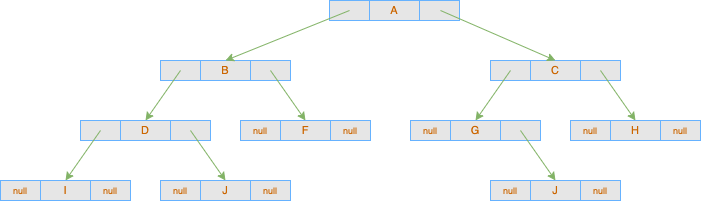
dianeyeo/mth251 keeps this draw.io diagram as images/lab/tree-list.png. Above is the earlier version. Source tidied: cells renumbered, new cells last; positions are measured from the earlier drawing's top-left corner, leaving out a move shared by most shapes.
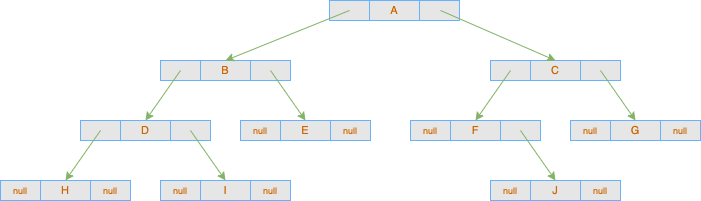
After the change.

The edit, as a diff of the source:
```diff
@@ -41,7 +41,7 @@
     <mxCell id="14" value="&lt;span style=&quot;color: rgb(204 , 102 , 0) ; background-color: rgb(230 , 230 , 230)&quot;&gt;&lt;font style=&quot;font-size: 9px&quot;&gt;null&lt;/font&gt;&lt;/span&gt;" style="rounded=0;whiteSpace=wrap;html=1;labelBackgroundColor=#FFFFFF;fontSize=11;fontColor=#1A1A1A;strokeColor=#66B2FF;strokeWidth=1;fillColor=#E6E6E6;" parent="1" vertex="1">
       <mxGeometry x="570" y="120" width="40" height="20" as="geometry" />
     </mxCell>
-    <mxCell id="15" value="&lt;span style=&quot;background-color: rgb(230 , 230 , 230)&quot;&gt;&lt;font color=&quot;#cc6600&quot;&gt;H&lt;/font&gt;&lt;/span&gt;" style="rounded=0;whiteSpace=wrap;html=1;labelBackgroundColor=#FFFFFF;fontSize=11;fontColor=#1A1A1A;strokeColor=#66B2FF;strokeWidth=1;fillColor=#E6E6E6;" parent="1" vertex="1">
+    <mxCell id="15" value="&lt;span style=&quot;background-color: rgb(230 , 230 , 230)&quot;&gt;&lt;font color=&quot;#cc6600&quot;&gt;G&lt;/font&gt;&lt;/span&gt;" style="rounded=0;whiteSpace=wrap;html=1;labelBackgroundColor=#FFFFFF;fontSize=11;fontColor=#1A1A1A;strokeColor=#66B2FF;strokeWidth=1;fillColor=#E6E6E6;" parent="1" vertex="1">
       <mxGeometry x="610" y="120" width="50" height="20" as="geometry" />
     </mxCell>
     <mxCell id="16" value="&lt;span style=&quot;color: rgb(204 , 102 , 0) ; background-color: rgb(230 , 230 , 230)&quot;&gt;&lt;font style=&quot;font-size: 9px&quot;&gt;null&lt;/font&gt;&lt;/span&gt;" style="rounded=0;whiteSpace=wrap;html=1;labelBackgroundColor=#FFFFFF;fontSize=11;fontColor=#1A1A1A;strokeColor=#66B2FF;strokeWidth=1;fillColor=#E6E6E6;" parent="1" vertex="1">
@@ -50,7 +50,7 @@
     <mxCell id="17" value="&lt;span style=&quot;color: rgb(204 , 102 , 0) ; background-color: rgb(230 , 230 , 230)&quot;&gt;&lt;font style=&quot;font-size: 9px&quot;&gt;null&lt;/font&gt;&lt;/span&gt;" style="rounded=0;whiteSpace=wrap;html=1;labelBackgroundColor=#FFFFFF;fontSize=11;fontColor=#1A1A1A;strokeColor=#66B2FF;strokeWidth=1;fillColor=#E6E6E6;" parent="1" vertex="1">
       <mxGeometry x="240" y="120" width="40" height="20" as="geometry" />
     </mxCell>
-    <mxCell id="18" value="&lt;span style=&quot;background-color: rgb(230 , 230 , 230)&quot;&gt;&lt;font color=&quot;#cc6600&quot;&gt;F&lt;/font&gt;&lt;/span&gt;" style="rounded=0;whiteSpace=wrap;html=1;labelBackgroundColor=#FFFFFF;fontSize=11;fontColor=#1A1A1A;strokeColor=#66B2FF;strokeWidth=1;fillColor=#E6E6E6;" parent="1" vertex="1">
+    <mxCell id="18" value="&lt;span style=&quot;background-color: rgb(230 , 230 , 230)&quot;&gt;&lt;font color=&quot;#cc6600&quot;&gt;E&lt;/font&gt;&lt;/span&gt;" style="rounded=0;whiteSpace=wrap;html=1;labelBackgroundColor=#FFFFFF;fontSize=11;fontColor=#1A1A1A;strokeColor=#66B2FF;strokeWidth=1;fillColor=#E6E6E6;" parent="1" vertex="1">
       <mxGeometry x="280" y="120" width="50" height="20" as="geometry" />
     </mxCell>
     <mxCell id="19" value="&lt;span style=&quot;color: rgb(204 , 102 , 0) ; background-color: rgb(230 , 230 , 230)&quot;&gt;&lt;font style=&quot;font-size: 9px&quot;&gt;null&lt;/font&gt;&lt;/span&gt;" style="rounded=0;whiteSpace=wrap;html=1;labelBackgroundColor=#FFFFFF;fontSize=11;fontColor=#1A1A1A;strokeColor=#66B2FF;strokeWidth=1;fillColor=#E6E6E6;" parent="1" vertex="1">
@@ -59,7 +59,7 @@
     <mxCell id="20" value="&lt;span style=&quot;color: rgb(204 , 102 , 0) ; background-color: rgb(230 , 230 , 230)&quot;&gt;&lt;font style=&quot;font-size: 9px&quot;&gt;null&lt;/font&gt;&lt;/span&gt;" style="rounded=0;whiteSpace=wrap;html=1;labelBackgroundColor=#FFFFFF;fontSize=11;fontColor=#1A1A1A;strokeColor=#66B2FF;strokeWidth=1;fillColor=#E6E6E6;" parent="1" vertex="1">
       <mxGeometry x="410" y="120" width="40" height="20" as="geometry" />
     </mxCell>
-    <mxCell id="21" value="&lt;span style=&quot;background-color: rgb(230 , 230 , 230)&quot;&gt;&lt;font color=&quot;#cc6600&quot;&gt;G&lt;/font&gt;&lt;/span&gt;" style="rounded=0;whiteSpace=wrap;html=1;labelBackgroundColor=#FFFFFF;fontSize=11;fontColor=#1A1A1A;strokeColor=#66B2FF;strokeWidth=1;fillColor=#E6E6E6;" parent="1" vertex="1">
+    <mxCell id="21" value="&lt;span style=&quot;background-color: rgb(230 , 230 , 230)&quot;&gt;&lt;font color=&quot;#cc6600&quot;&gt;F&lt;/font&gt;&lt;/span&gt;" style="rounded=0;whiteSpace=wrap;html=1;labelBackgroundColor=#FFFFFF;fontSize=11;fontColor=#1A1A1A;strokeColor=#66B2FF;strokeWidth=1;fillColor=#E6E6E6;" parent="1" vertex="1">
       <mxGeometry x="450" y="120" width="50" height="20" as="geometry" />
     </mxCell>
     <mxCell id="22" style="rounded=0;whiteSpace=wrap;html=1;labelBackgroundColor=#FFFFFF;fontSize=11;fontColor=#1A1A1A;strokeColor=#66B2FF;strokeWidth=1;fillColor=#E6E6E6;" parent="1" vertex="1">
@@ -68,7 +68,7 @@
     <mxCell id="23" value="&lt;span style=&quot;background-color: rgb(230 , 230 , 230)&quot;&gt;&lt;font style=&quot;font-size: 9px&quot; color=&quot;#cc6600&quot;&gt;null&lt;/font&gt;&lt;/span&gt;" style="rounded=0;whiteSpace=wrap;html=1;labelBackgroundColor=#FFFFFF;fontSize=11;fontColor=#1A1A1A;strokeColor=#66B2FF;strokeWidth=1;fillColor=#E6E6E6;" parent="1" vertex="1">
       <mxGeometry y="180" width="40" height="20" as="geometry" />
     </mxCell>
-    <mxCell id="24" value="&lt;span style=&quot;background-color: rgb(230 , 230 , 230)&quot;&gt;&lt;font color=&quot;#cc6600&quot;&gt;I&lt;/font&gt;&lt;/span&gt;" style="rounded=0;whiteSpace=wrap;html=1;labelBackgroundColor=#FFFFFF;fontSize=11;fontColor=#1A1A1A;strokeColor=#66B2FF;strokeWidth=1;fillColor=#E6E6E6;" parent="1" vertex="1">
+    <mxCell id="24" value="&lt;span style=&quot;background-color: rgb(230 , 230 , 230)&quot;&gt;&lt;font color=&quot;#cc6600&quot;&gt;H&lt;/font&gt;&lt;/span&gt;" style="rounded=0;whiteSpace=wrap;html=1;labelBackgroundColor=#FFFFFF;fontSize=11;fontColor=#1A1A1A;strokeColor=#66B2FF;strokeWidth=1;fillColor=#E6E6E6;" parent="1" vertex="1">
       <mxGeometry x="40" y="180" width="50" height="20" as="geometry" />
     </mxCell>
     <mxCell id="25" value="&lt;span style=&quot;color: rgb(204 , 102 , 0) ; background-color: rgb(230 , 230 , 230)&quot;&gt;&lt;font style=&quot;font-size: 9px&quot;&gt;null&lt;/font&gt;&lt;/span&gt;" style="rounded=0;whiteSpace=wrap;html=1;labelBackgroundColor=#FFFFFF;fontSize=11;fontColor=#1A1A1A;strokeColor=#66B2FF;strokeWidth=1;fillColor=#E6E6E6;" parent="1" vertex="1">
@@ -77,7 +77,7 @@
     <mxCell id="26" value="&lt;span style=&quot;color: rgb(204 , 102 , 0) ; background-color: rgb(230 , 230 , 230)&quot;&gt;&lt;font style=&quot;font-size: 9px&quot;&gt;null&lt;/font&gt;&lt;/span&gt;" style="rounded=0;whiteSpace=wrap;html=1;labelBackgroundColor=#FFFFFF;fontSize=11;fontColor=#1A1A1A;strokeColor=#66B2FF;strokeWidth=1;fillColor=#E6E6E6;" parent="1" vertex="1">
       <mxGeometry x="160" y="180" width="40" height="20" as="geometry" />
     </mxCell>
-    <mxCell id="27" value="&lt;span style=&quot;background-color: rgb(230 , 230 , 230)&quot;&gt;&lt;font color=&quot;#cc6600&quot;&gt;J&lt;/font&gt;&lt;/span&gt;" style="rounded=0;whiteSpace=wrap;html=1;labelBackgroundColor=#FFFFFF;fontSize=11;fontColor=#1A1A1A;strokeColor=#66B2FF;strokeWidth=1;fillColor=#E6E6E6;" parent="1" vertex="1">
+    <mxCell id="27" value="&lt;span style=&quot;background-color: rgb(230 , 230 , 230)&quot;&gt;&lt;font color=&quot;#cc6600&quot;&gt;I&lt;/font&gt;&lt;/span&gt;" style="rounded=0;whiteSpace=wrap;html=1;labelBackgroundColor=#FFFFFF;fontSize=11;fontColor=#1A1A1A;strokeColor=#66B2FF;strokeWidth=1;fillColor=#E6E6E6;" parent="1" vertex="1">
       <mxGeometry x="200" y="180" width="50" height="20" as="geometry" />
     </mxCell>
     <mxCell id="28" value="&lt;span style=&quot;color: rgb(204 , 102 , 0) ; background-color: rgb(230 , 230 , 230)&quot;&gt;&lt;font style=&quot;font-size: 9px&quot;&gt;null&lt;/font&gt;&lt;/span&gt;" style="rounded=0;whiteSpace=wrap;html=1;labelBackgroundColor=#FFFFFF;fontSize=11;fontColor=#1A1A1A;strokeColor=#66B2FF;strokeWidth=1;fillColor=#E6E6E6;" parent="1" vertex="1">
```
